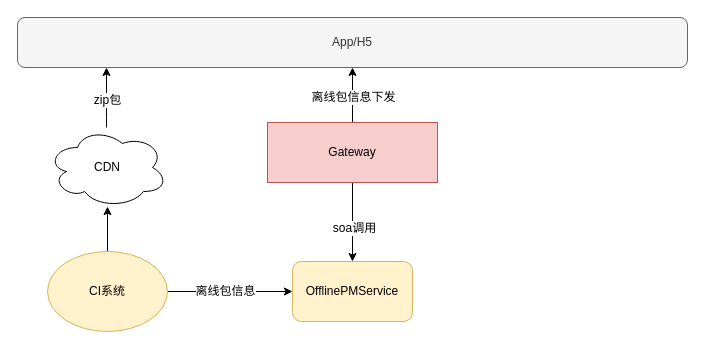
This is offlinepm.drawio from zyhui98/drawio, a draw.io file, before an edit. Source tidied: cells renumbered, new cells numbered last; positions are measured from the earlier drawing's top-left corner, leaving out a move shared by most shapes. Both pictures are drawn from the tidied source at 100%, with x=0, y=0 at pixel (17, 17).
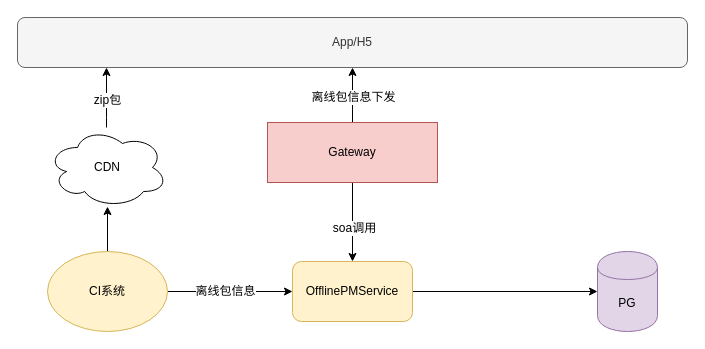
The same page after the edit.

The change refers to these unchanged cells:
```xml
<mxCell id="8" value="OfflinePMService" style="rounded=1;whiteSpace=wrap;html=1;fillColor=#fff2cc;strokeColor=#d6b656;" parent="1" vertex="1">
  <mxGeometry x="275" y="244" width="120" height="60" as="geometry" />
</mxCell>
```

The edit, as a diff of the source:
```diff
@@
+    <mxCell id="16" style="edgeStyle=orthogonalEdgeStyle;rounded=0;jettySize=auto;html=1;entryX=0;entryY=0.5;entryDx=0;entryDy=0;" parent="1" edge="1" source="8" target="17">
+      <mxGeometry relative="1" as="geometry" />
+    </mxCell>
@@
+    <mxCell id="17" value="PG" style="shape=cylinder;whiteSpace=wrap;html=1;boundedLbl=1;backgroundOutline=1;fillColor=#e1d5e7;strokeColor=#9673a6;" parent="1" vertex="1">
+      <mxGeometry x="580" y="234" width="60" height="80" as="geometry" />
+    </mxCell>
```
